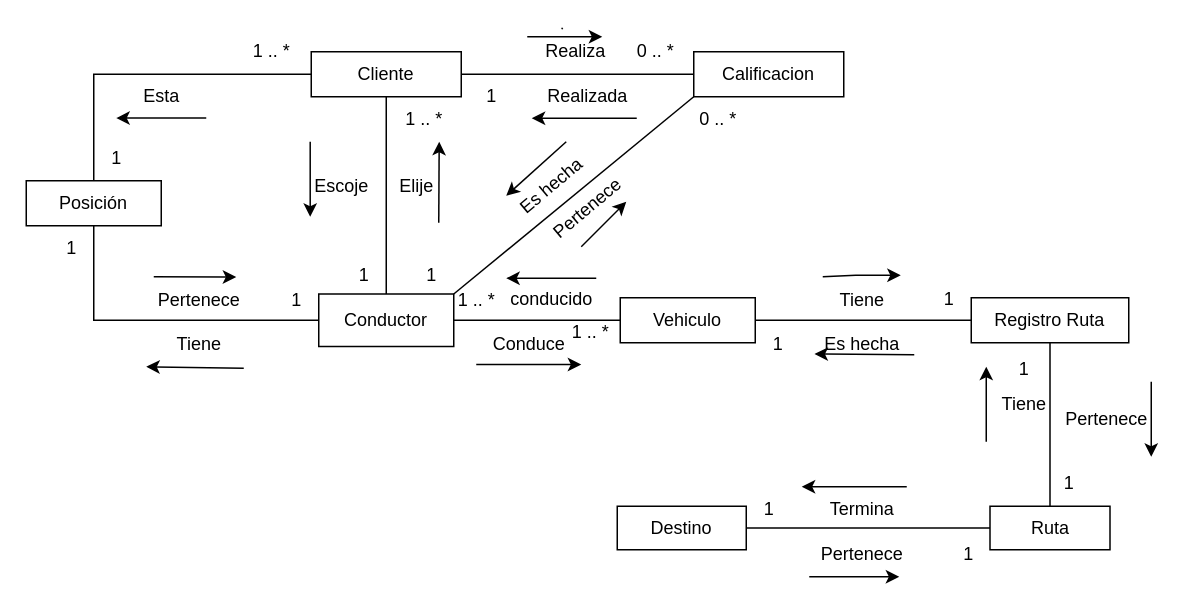
The draw.io diagram ExtraClase/Modelado de Dominio/Modelo anemico/ModeloDominio.drawio in federico1605/RepositorioDOO, before the edit. Source tidied: cells renumbered, new cells numbered last; positions are measured from the earlier drawing's top-left corner, leaving out a move shared by most shapes. Both pictures are drawn from the tidied source at 150%, with x=0, y=0 at pixel (26, 27).
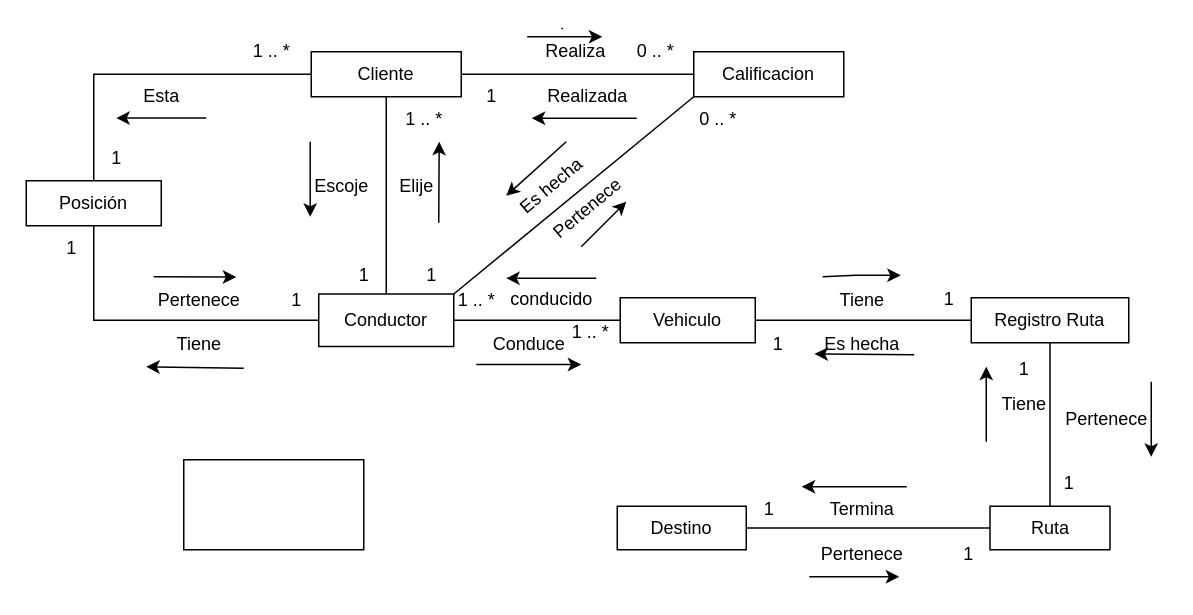
The same page after the edit.

The edit, as a diff of the source:
```diff
@@
+    <mxCell id="72" style="rounded=0;whiteSpace=wrap;html=1;" parent="1" vertex="1">
+      <mxGeometry x="105" y="288" width="120" height="60" as="geometry" />
+    </mxCell>
```
